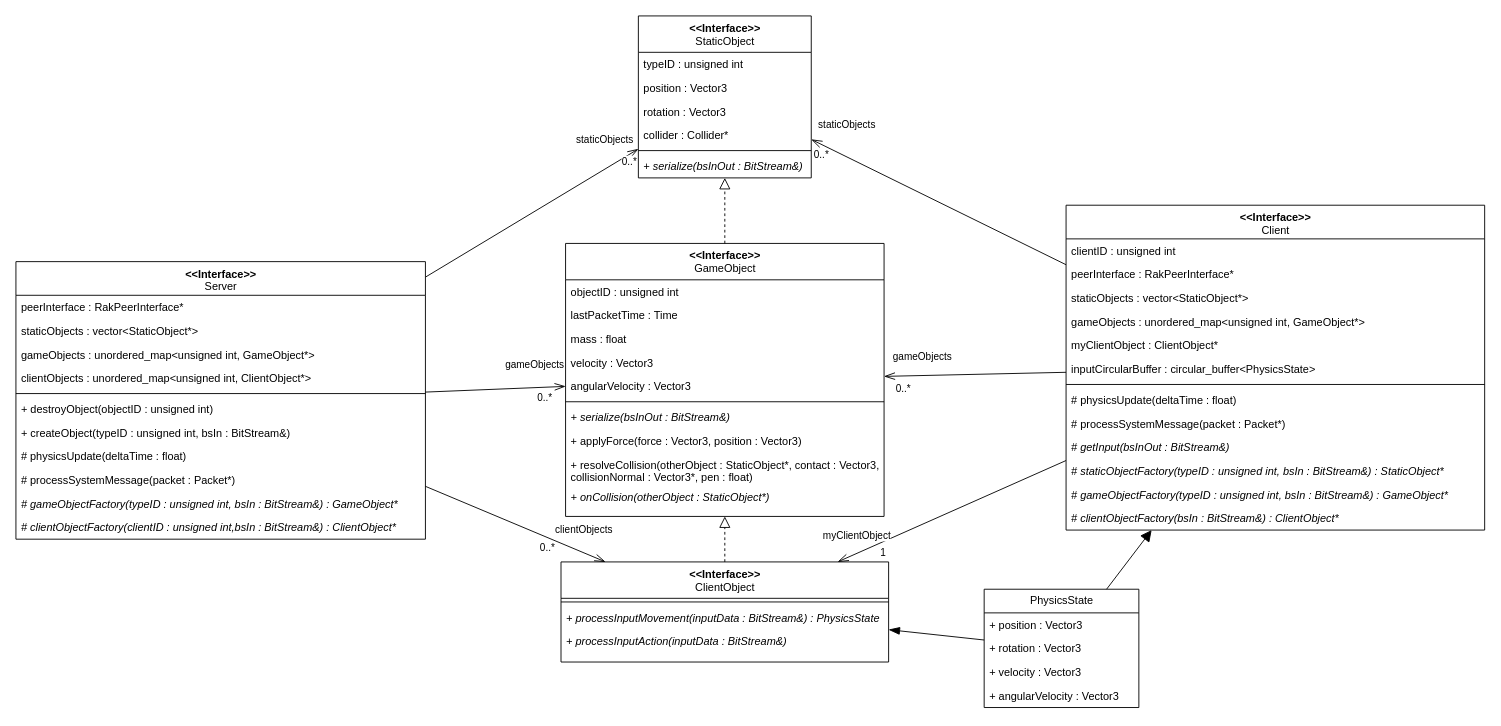
Before: ClassDiagram.drawio in TheTastyGravy/Networked-Physics-System, a draw.io diagram. Source tidied: cells renumbered, new cells numbered last; positions are measured from the earlier drawing's top-left corner, leaving out a move shared by most shapes. Both pictures are drawn from the tidied source at 91%, with x=0, y=0 at pixel (15, 15).
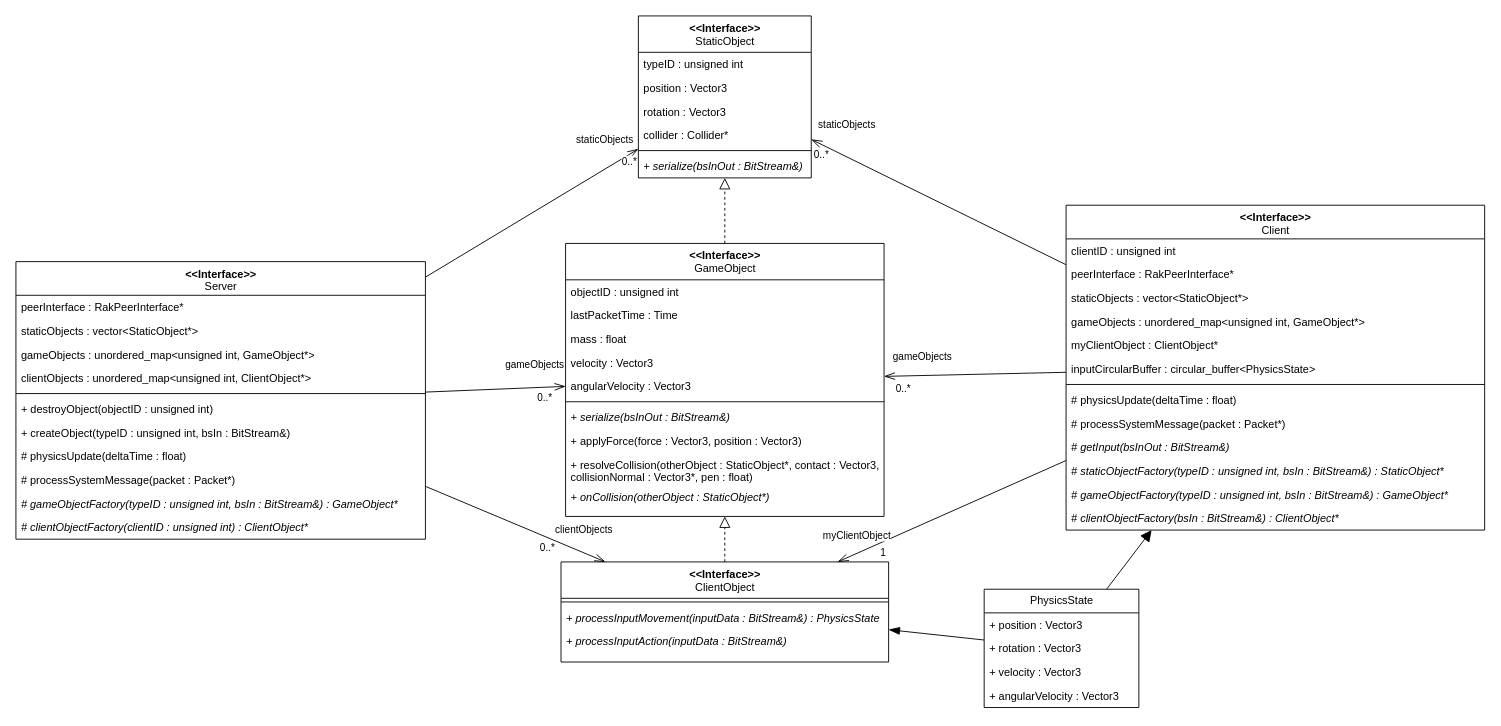
Above is the later version.

The change refers to these unchanged cells:
```xml
<mxCell id="65" value="&amp;lt;&amp;lt;Interface&amp;gt;&amp;gt;&lt;br&gt;&lt;span style=&quot;font-weight: normal&quot;&gt;Server&lt;/span&gt;" style="swimlane;fontStyle=1;align=center;verticalAlign=top;horizontal=1;startSize=37;html=1;" parent="1" vertex="1">
  <mxGeometry y="270" width="450" height="305" as="geometry" />
</mxCell>
```

The edit, as a diff of the source:
```diff
@@
-    <mxCell id="76" value="# clientObjectFactory(clientID : unsigned int,bsIn : BitStream&amp;) : ClientObject*" style="text;strokeColor=none;fillColor=none;align=left;verticalAlign=top;spacingLeft=4;spacingRight=4;overflow=hidden;fontStyle=2;" parent="65" vertex="1">
+    <mxCell id="76" value="# clientObjectFactory(clientID : unsigned int) : ClientObject*" style="text;strokeColor=none;fillColor=none;align=left;verticalAlign=top;spacingLeft=4;spacingRight=4;overflow=hidden;fontStyle=2;" parent="65" vertex="1">
       <mxGeometry y="279" width="450" height="26" as="geometry" />
     </mxCell>
```
